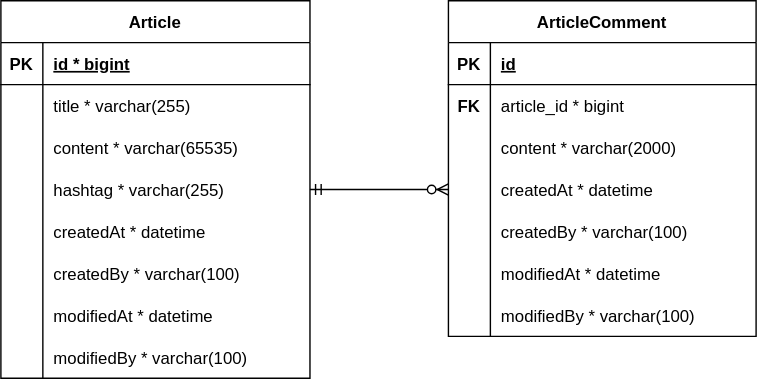
Above: document/project-board-erd.svg in Gyanni/open-survey-service-backend (draw.io), before the change. Source tidied: cells renumbered, new cells last; positions are measured from the earlier drawing's top-left corner, leaving out a move shared by most shapes. Its diagram source:
```xml
<mxGraphModel>
  <root>
    <mxCell id="0" />
    <mxCell id="1" parent="0" />
    <mxCell id="2" value="Article" style="shape=table;startSize=30;rowLines=0;fontStyle=1;align=center;" parent="1" vertex="1">
      <mxGeometry width="221" height="270" as="geometry" />
    </mxCell>
    <mxCell id="3" style="shape=tableRow;horizontal=0;startSize=0;swimlaneHead=0;swimlaneBody=0;fillColor=none;top=0;left=0;right=0;bottom=1;" parent="2" vertex="1">
      <mxGeometry y="30" width="221" height="30" as="geometry" />
    </mxCell>
    <mxCell id="4" value="PK" style="shape=partialRectangle;fillColor=none;top=0;left=0;bottom=0;right=0;fontStyle=1;overflow=hidden;" parent="3" vertex="1">
      <mxGeometry width="30" height="30" as="geometry" />
    </mxCell>
    <mxCell id="5" value="id * bigint" style="shape=partialRectangle;fillColor=none;top=0;left=0;bottom=0;right=0;align=left;spacingLeft=6;fontStyle=5;overflow=hidden;" parent="3" vertex="1">
      <mxGeometry x="30" width="191" height="30" as="geometry" />
    </mxCell>
    <mxCell id="6" style="shape=tableRow;horizontal=0;startSize=0;swimlaneHead=0;swimlaneBody=0;fillColor=none;top=0;left=0;right=0;bottom=0;" parent="2" vertex="1">
      <mxGeometry y="60" width="221" height="30" as="geometry" />
    </mxCell>
    <mxCell id="7" style="shape=partialRectangle;fillColor=none;top=0;left=0;bottom=0;right=0;overflow=hidden;" parent="6" vertex="1">
      <mxGeometry width="30" height="30" as="geometry" />
    </mxCell>
    <mxCell id="8" value="title * varchar(255)" style="shape=partialRectangle;fillColor=none;top=0;left=0;bottom=0;right=0;align=left;spacingLeft=6;overflow=hidden;" parent="6" vertex="1">
      <mxGeometry x="30" width="191" height="30" as="geometry" />
    </mxCell>
    <mxCell id="9" style="shape=tableRow;horizontal=0;startSize=0;swimlaneHead=0;swimlaneBody=0;fillColor=none;top=0;left=0;right=0;bottom=0;" parent="2" vertex="1">
      <mxGeometry y="90" width="221" height="30" as="geometry" />
    </mxCell>
    <mxCell id="10" style="shape=partialRectangle;fillColor=none;top=0;left=0;bottom=0;right=0;overflow=hidden;" parent="9" vertex="1">
      <mxGeometry width="30" height="30" as="geometry" />
    </mxCell>
    <mxCell id="11" value="content * varchar(65535)" style="shape=partialRectangle;fillColor=none;top=0;left=0;bottom=0;right=0;align=left;spacingLeft=6;overflow=hidden;" parent="9" vertex="1">
      <mxGeometry x="30" width="191" height="30" as="geometry" />
    </mxCell>
    <mxCell id="12" style="shape=tableRow;horizontal=0;startSize=0;swimlaneHead=0;swimlaneBody=0;fillColor=none;points=[[0,0.5],[1,0.5]];portConstraint=eastwest;top=0;left=0;right=0;bottom=0;" parent="2" vertex="1">
      <mxGeometry y="120" width="221" height="30" as="geometry" />
    </mxCell>
    <mxCell id="13" style="shape=partialRectangle;fillColor=none;top=0;left=0;bottom=0;right=0;overflow=hidden;" parent="12" vertex="1">
      <mxGeometry width="30" height="30" as="geometry" />
    </mxCell>
    <mxCell id="14" value="hashtag * varchar(255)" style="shape=partialRectangle;fillColor=none;top=0;left=0;bottom=0;right=0;align=left;spacingLeft=6;overflow=hidden;" parent="12" vertex="1">
      <mxGeometry x="30" width="191" height="30" as="geometry" />
    </mxCell>
    <mxCell id="15" style="shape=tableRow;horizontal=0;startSize=0;swimlaneHead=0;swimlaneBody=0;fillColor=none;top=0;left=0;right=0;bottom=0;" parent="2" vertex="1">
      <mxGeometry y="150" width="221" height="30" as="geometry" />
    </mxCell>
    <mxCell id="16" style="shape=partialRectangle;fillColor=none;top=0;left=0;bottom=0;right=0;overflow=hidden;" parent="15" vertex="1">
      <mxGeometry width="30" height="30" as="geometry" />
    </mxCell>
    <mxCell id="17" value="createdAt * datetime" style="shape=partialRectangle;fillColor=none;top=0;left=0;bottom=0;right=0;align=left;spacingLeft=6;overflow=hidden;" parent="15" vertex="1">
      <mxGeometry x="30" width="191" height="30" as="geometry" />
    </mxCell>
    <mxCell id="18" style="shape=tableRow;horizontal=0;startSize=0;swimlaneHead=0;swimlaneBody=0;fillColor=none;top=0;left=0;right=0;bottom=0;" parent="2" vertex="1">
      <mxGeometry y="180" width="221" height="30" as="geometry" />
    </mxCell>
    <mxCell id="19" style="shape=partialRectangle;fillColor=none;top=0;left=0;bottom=0;right=0;overflow=hidden;" parent="18" vertex="1">
      <mxGeometry width="30" height="30" as="geometry" />
    </mxCell>
    <mxCell id="20" value="createdBy * varchar(100)" style="shape=partialRectangle;fillColor=none;top=0;left=0;bottom=0;right=0;align=left;spacingLeft=6;overflow=hidden;" parent="18" vertex="1">
      <mxGeometry x="30" width="191" height="30" as="geometry" />
    </mxCell>
    <mxCell id="21" style="shape=tableRow;horizontal=0;startSize=0;swimlaneHead=0;swimlaneBody=0;fillColor=none;top=0;left=0;right=0;bottom=0;" parent="2" vertex="1">
      <mxGeometry y="210" width="221" height="30" as="geometry" />
    </mxCell>
    <mxCell id="22" style="shape=partialRectangle;fillColor=none;top=0;left=0;bottom=0;right=0;overflow=hidden;" parent="21" vertex="1">
      <mxGeometry width="30" height="30" as="geometry" />
    </mxCell>
    <mxCell id="23" value="modifiedAt * datetime" style="shape=partialRectangle;fillColor=none;top=0;left=0;bottom=0;right=0;align=left;spacingLeft=6;overflow=hidden;" parent="21" vertex="1">
      <mxGeometry x="30" width="191" height="30" as="geometry" />
    </mxCell>
    <mxCell id="24" style="shape=tableRow;horizontal=0;startSize=0;swimlaneHead=0;swimlaneBody=0;fillColor=none;top=0;left=0;right=0;bottom=0;" parent="2" vertex="1">
      <mxGeometry y="240" width="221" height="30" as="geometry" />
    </mxCell>
    <mxCell id="25" style="shape=partialRectangle;fillColor=none;top=0;left=0;bottom=0;right=0;overflow=hidden;" parent="24" vertex="1">
      <mxGeometry width="30" height="30" as="geometry" />
    </mxCell>
    <mxCell id="26" value="modifiedBy * varchar(100)" style="shape=partialRectangle;fillColor=none;top=0;left=0;bottom=0;right=0;align=left;spacingLeft=6;overflow=hidden;" parent="24" vertex="1">
      <mxGeometry x="30" width="191" height="30" as="geometry" />
    </mxCell>
    <mxCell id="27" value="ArticleComment" style="shape=table;startSize=30;rowLines=0;fontStyle=1;align=center;" parent="1" vertex="1">
      <mxGeometry x="320" width="220" height="240" as="geometry" />
    </mxCell>
    <mxCell id="28" style="shape=tableRow;horizontal=0;startSize=0;swimlaneHead=0;swimlaneBody=0;fillColor=none;top=0;left=0;right=0;bottom=1;" parent="27" vertex="1">
      <mxGeometry y="30" width="220" height="30" as="geometry" />
    </mxCell>
    <mxCell id="29" value="PK" style="shape=partialRectangle;fillColor=none;top=0;left=0;bottom=0;right=0;fontStyle=1;overflow=hidden;" parent="28" vertex="1">
      <mxGeometry width="30" height="30" as="geometry" />
    </mxCell>
    <mxCell id="30" value="id" style="shape=partialRectangle;fillColor=none;top=0;left=0;bottom=0;right=0;align=left;spacingLeft=6;fontStyle=5;overflow=hidden;" parent="28" vertex="1">
      <mxGeometry x="30" width="190" height="30" as="geometry" />
    </mxCell>
    <mxCell id="31" style="shape=tableRow;horizontal=0;startSize=0;swimlaneHead=0;swimlaneBody=0;fillColor=none;top=0;left=0;right=0;bottom=0;" parent="27" vertex="1">
      <mxGeometry y="60" width="220" height="30" as="geometry" />
    </mxCell>
    <mxCell id="32" value="FK" style="shape=partialRectangle;fillColor=none;top=0;left=0;bottom=0;right=0;overflow=hidden;fontStyle=1;" parent="31" vertex="1">
      <mxGeometry width="30" height="30" as="geometry" />
    </mxCell>
    <mxCell id="33" value="article_id * bigint" style="shape=partialRectangle;fillColor=none;top=0;left=0;bottom=0;right=0;align=left;spacingLeft=6;overflow=hidden;" parent="31" vertex="1">
      <mxGeometry x="30" width="190" height="30" as="geometry" />
    </mxCell>
    <mxCell id="34" style="shape=tableRow;horizontal=0;startSize=0;swimlaneHead=0;swimlaneBody=0;fillColor=none;top=0;left=0;right=0;bottom=0;" parent="27" vertex="1">
      <mxGeometry y="90" width="220" height="30" as="geometry" />
    </mxCell>
    <mxCell id="35" style="shape=partialRectangle;fillColor=none;top=0;left=0;bottom=0;right=0;overflow=hidden;" parent="34" vertex="1">
      <mxGeometry width="30" height="30" as="geometry" />
    </mxCell>
    <mxCell id="36" value="content * varchar(2000)" style="shape=partialRectangle;fillColor=none;top=0;left=0;bottom=0;right=0;align=left;spacingLeft=6;overflow=hidden;" parent="34" vertex="1">
      <mxGeometry x="30" width="190" height="30" as="geometry" />
    </mxCell>
    <mxCell id="37" style="shape=tableRow;horizontal=0;startSize=0;swimlaneHead=0;swimlaneBody=0;fillColor=none;points=[[0,0.5],[1,0.5]];portConstraint=eastwest;top=0;left=0;right=0;bottom=0;" parent="27" vertex="1">
      <mxGeometry y="120" width="220" height="30" as="geometry" />
    </mxCell>
    <mxCell id="38" style="shape=partialRectangle;fillColor=none;top=0;left=0;bottom=0;right=0;overflow=hidden;" parent="37" vertex="1">
      <mxGeometry width="30" height="30" as="geometry" />
    </mxCell>
    <mxCell id="39" value="createdAt * datetime" style="shape=partialRectangle;fillColor=none;top=0;left=0;bottom=0;right=0;align=left;spacingLeft=6;overflow=hidden;" parent="37" vertex="1">
      <mxGeometry x="30" width="190" height="30" as="geometry" />
    </mxCell>
    <mxCell id="40" style="shape=tableRow;horizontal=0;startSize=0;swimlaneHead=0;swimlaneBody=0;fillColor=none;top=0;left=0;right=0;bottom=0;" parent="27" vertex="1">
      <mxGeometry y="150" width="220" height="30" as="geometry" />
    </mxCell>
    <mxCell id="41" style="shape=partialRectangle;fillColor=none;top=0;left=0;bottom=0;right=0;overflow=hidden;" parent="40" vertex="1">
      <mxGeometry width="30" height="30" as="geometry" />
    </mxCell>
    <mxCell id="42" value="createdBy * varchar(100)" style="shape=partialRectangle;fillColor=none;top=0;left=0;bottom=0;right=0;align=left;spacingLeft=6;overflow=hidden;" parent="40" vertex="1">
      <mxGeometry x="30" width="190" height="30" as="geometry" />
    </mxCell>
    <mxCell id="43" style="shape=tableRow;horizontal=0;startSize=0;swimlaneHead=0;swimlaneBody=0;fillColor=none;top=0;left=0;right=0;bottom=0;" parent="27" vertex="1">
      <mxGeometry y="180" width="220" height="30" as="geometry" />
    </mxCell>
    <mxCell id="44" style="shape=partialRectangle;fillColor=none;top=0;left=0;bottom=0;right=0;overflow=hidden;" parent="43" vertex="1">
      <mxGeometry width="30" height="30" as="geometry" />
    </mxCell>
    <mxCell id="45" value="modifiedAt * datetime" style="shape=partialRectangle;fillColor=none;top=0;left=0;bottom=0;right=0;align=left;spacingLeft=6;overflow=hidden;" parent="43" vertex="1">
      <mxGeometry x="30" width="190" height="30" as="geometry" />
    </mxCell>
    <mxCell id="46" style="shape=tableRow;horizontal=0;startSize=0;swimlaneHead=0;swimlaneBody=0;fillColor=none;top=0;left=0;right=0;bottom=0;" parent="27" vertex="1">
      <mxGeometry y="210" width="220" height="30" as="geometry" />
    </mxCell>
    <mxCell id="47" style="shape=partialRectangle;fillColor=none;top=0;left=0;bottom=0;right=0;overflow=hidden;" parent="46" vertex="1">
      <mxGeometry width="30" height="30" as="geometry" />
    </mxCell>
    <mxCell id="48" value="modifiedBy * varchar(100)" style="shape=partialRectangle;fillColor=none;top=0;left=0;bottom=0;right=0;align=left;spacingLeft=6;overflow=hidden;" parent="46" vertex="1">
      <mxGeometry x="30" width="190" height="30" as="geometry" />
    </mxCell>
    <mxCell id="49" style="edgeStyle=entityRelationEdgeStyle;fontSize=12;html=1;endArrow=ERzeroToMany;startArrow=ERmandOne;rounded=0;exitX=1;exitY=0.5;exitDx=0;exitDy=0;entryX=0;entryY=0.5;entryDx=0;entryDy=0;" parent="1" edge="1" source="12" target="37">
      <mxGeometry relative="1" as="geometry" />
    </mxCell>
  </root>
</mxGraphModel>
```
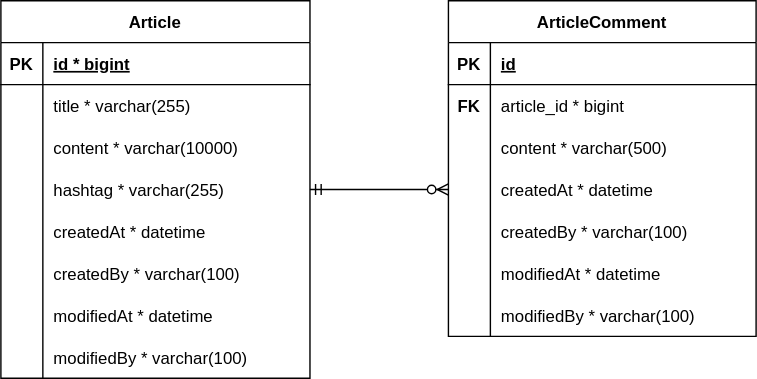
Above is the later version.

What changed in the source:
```diff
@@ -29,7 +29,7 @@
     <mxCell id="10" style="shape=partialRectangle;fillColor=none;top=0;left=0;bottom=0;right=0;overflow=hidden;" parent="9" vertex="1">
       <mxGeometry width="30" height="30" as="geometry" />
     </mxCell>
-    <mxCell id="11" value="content * varchar(65535)" style="shape=partialRectangle;fillColor=none;top=0;left=0;bottom=0;right=0;align=left;spacingLeft=6;overflow=hidden;" parent="9" vertex="1">
+    <mxCell id="11" value="content * varchar(10000)" style="shape=partialRectangle;fillColor=none;top=0;left=0;bottom=0;right=0;align=left;spacingLeft=6;overflow=hidden;" parent="9" vertex="1">
       <mxGeometry x="30" width="191" height="30" as="geometry" />
     </mxCell>
     <mxCell id="12" style="shape=tableRow;horizontal=0;startSize=0;swimlaneHead=0;swimlaneBody=0;fillColor=none;points=[[0,0.5],[1,0.5]];portConstraint=eastwest;top=0;left=0;right=0;bottom=0;" parent="2" vertex="1">
@@ -104,7 +104,7 @@
     <mxCell id="35" style="shape=partialRectangle;fillColor=none;top=0;left=0;bottom=0;right=0;overflow=hidden;" parent="34" vertex="1">
       <mxGeometry width="30" height="30" as="geometry" />
     </mxCell>
-    <mxCell id="36" value="content * varchar(2000)" style="shape=partialRectangle;fillColor=none;top=0;left=0;bottom=0;right=0;align=left;spacingLeft=6;overflow=hidden;" parent="34" vertex="1">
+    <mxCell id="36" value="content * varchar(500)" style="shape=partialRectangle;fillColor=none;top=0;left=0;bottom=0;right=0;align=left;spacingLeft=6;overflow=hidden;" parent="34" vertex="1">
       <mxGeometry x="30" width="190" height="30" as="geometry" />
     </mxCell>
     <mxCell id="37" style="shape=tableRow;horizontal=0;startSize=0;swimlaneHead=0;swimlaneBody=0;fillColor=none;points=[[0,0.5],[1,0.5]];portConstraint=eastwest;top=0;left=0;right=0;bottom=0;" parent="27" vertex="1">
```
